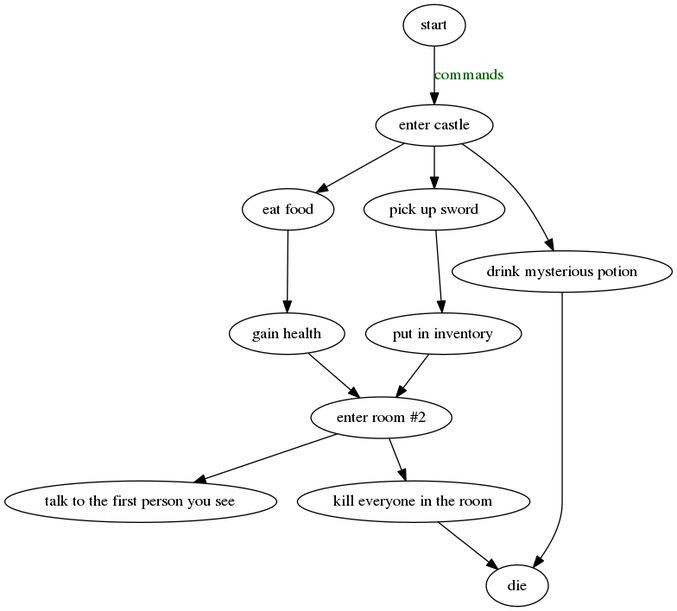
Before: jamess.png, a diagram exported from Graphviz (jamessisongkham/sisongkham_4_rev). Its source is kept beside it as jamess.dot.
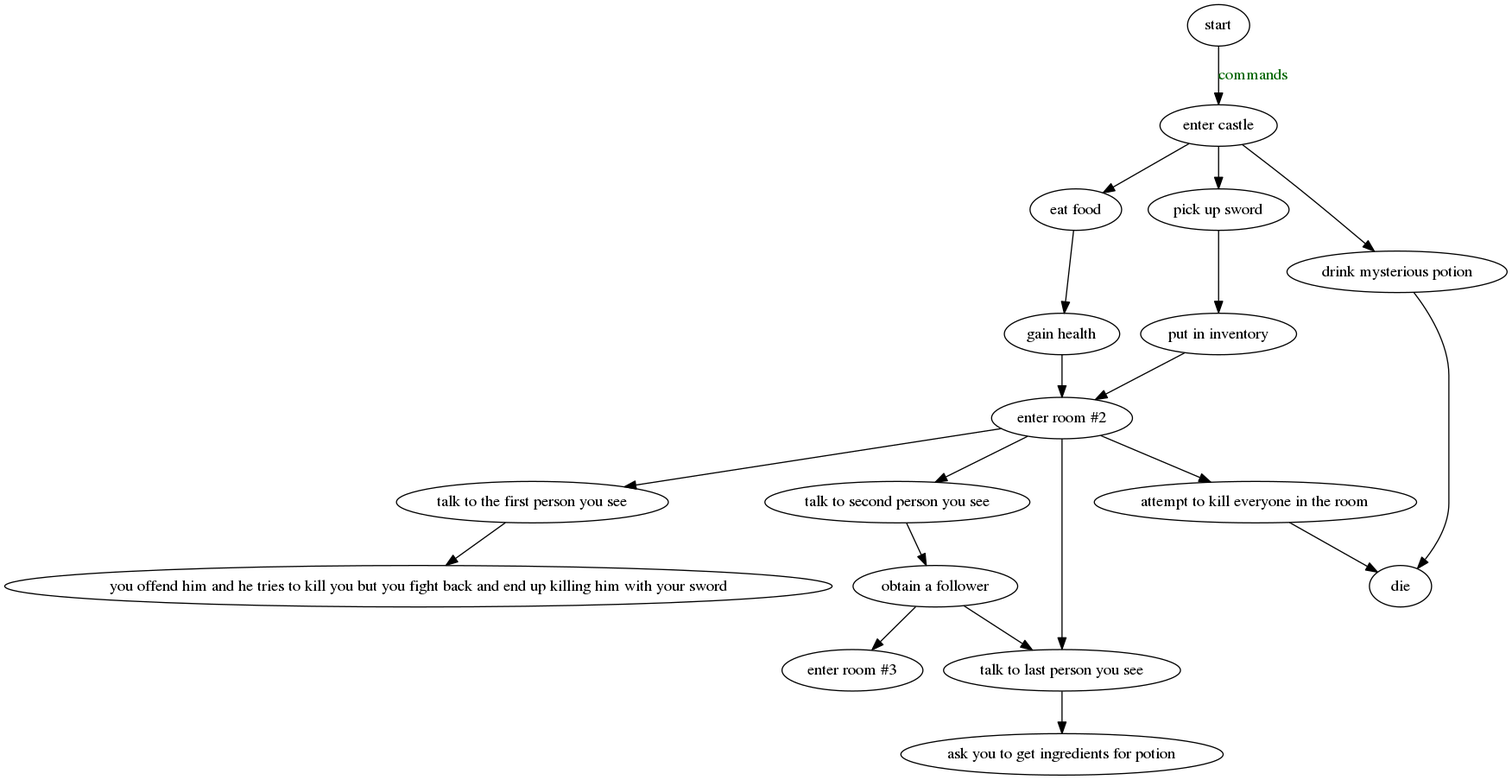
Later version of the same file.

Change to the diagram source:
```diff
@@ -11,11 +11,17 @@
 J [label="enter room #2"]
 K [label="attempt to kill everyone in the room"]
 L [label="talk to the first person you see"]
+M [label="talk to second person you see"]
+N [label="talk to last person you see"]
+O [label="you offend him and he tries to kill you but you fight back and end up killing him with your sword"]
+P [label="obtain a follower"]
+Q [label="ask you to get ingredients for potion"]
+R [label="enter room #3"]
 
 
 
 
-A->B [label="commands" , fontcolor=darkgreen ]
+A -> B [label="goal = assassinate the king" fontcolor = darkgreen
 B -> C
 B -> D
 B -> E
@@ -26,7 +32,15 @@
 F -> J
 J -> K
 J -> L
+J -> M
+J -> N
 K -> I
+L -> O
+M -> P
+N -> Q
+O -> R
+P -> N
+P -> R
 
 
 
```
